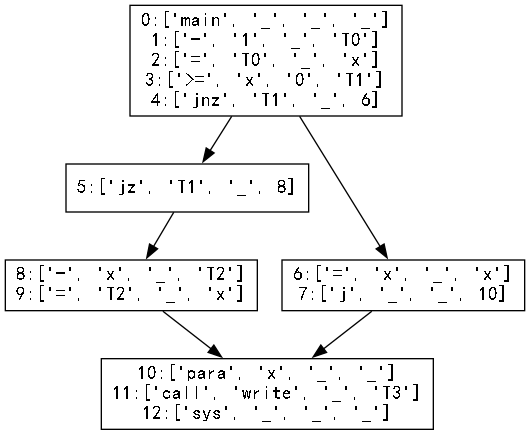
Above: Basic_Block/basic_block.gv.png in hutao99/compiler (Graphviz), before the change. Its source is kept beside it as Basic_Block/basic_block.gv.
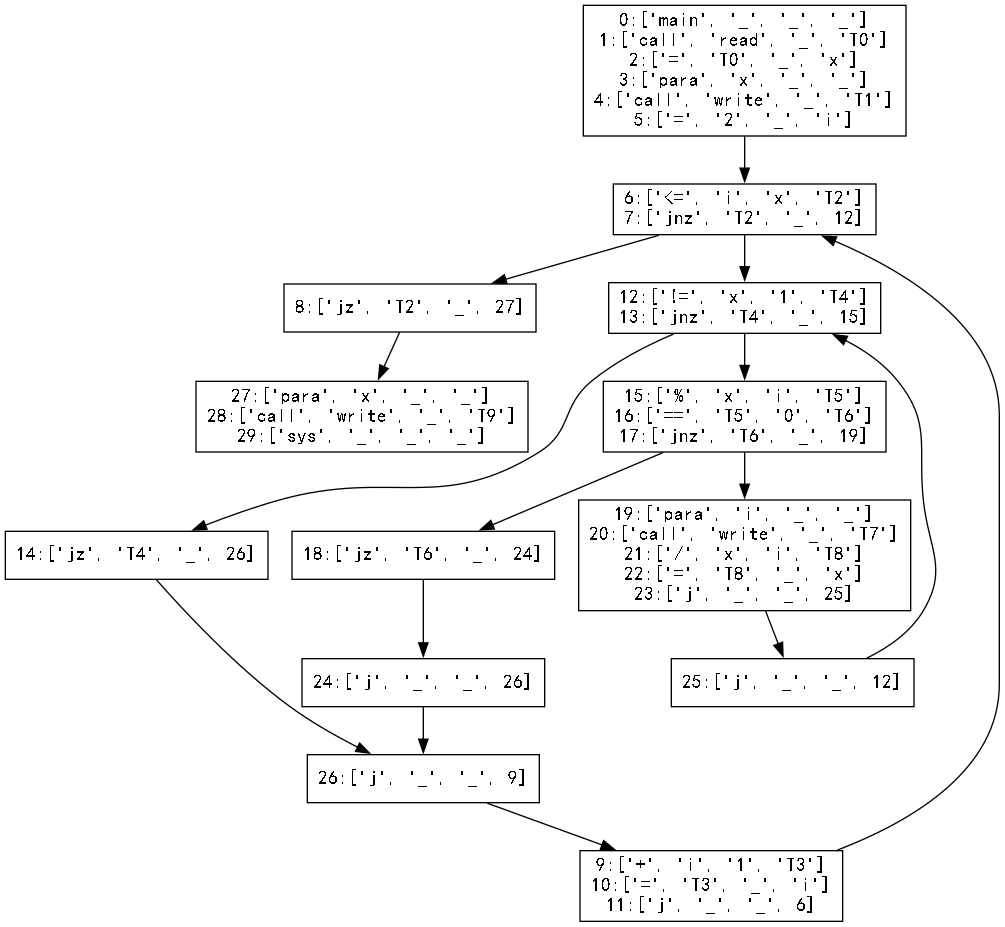
The same diagram one commit later.

Diff of the diagram source:
```diff
@@ -1,40 +1,60 @@
 digraph "./Basic_Block/basic_block" {
 	0 [label="0:['main', '_', '_', '_']
-1:['=', '1', '_', 'a']
-2:['=', '0', '_', 'b']
-3:['call', 'read', '_', 'T0']
-4:['=', 'T0', '_', 'y']
-5:['%', 'y', '4', 'T1']
-6:['j==', 'T1', '0', 8]
+1:['call', 'read', '_', 'T0']
+2:['=', 'T0', '_', 'x']
+3:['para', 'x', '_', '_']
+4:['call', 'write', '_', 'T1']
+5:['=', '2', '_', 'i']
 " fontname=SimHei shape=rectangle]
-	1 [label="7:['j', '_', '_', 10]
+	1 [label="6:['<=', 'i', 'x', 'T2']
+7:['jnz', 'T2', '_', 12]
 " fontname=SimHei shape=rectangle]
-	2 [label="8:['%', 'y', '100', 'T2']
-9:['j!=', 'T2', '0', 13]
+	2 [label="8:['jz', 'T2', '_', 27]
 " fontname=SimHei shape=rectangle]
-	3 [label="10:['%', 'y', '400', 'T3']
-11:['j==', 'T3', '0', 13]
+	3 [label="9:['+', 'i', '1', 'T3']
+10:['=', 'T3', '_', 'i']
+11:['j', '_', '_', 6]
 " fontname=SimHei shape=rectangle]
-	4 [label="12:['j', '_', '_', 16]
+	4 [label="12:['!=', 'x', '1', 'T4']
+13:['jnz', 'T4', '_', 15]
 " fontname=SimHei shape=rectangle]
-	5 [label="13:['para', 'a', '_', '_']
-14:['call', 'write', '_', '_']
-15:['j', '_', '_', 18]
+	5 [label="14:['jz', 'T4', '_', 26]
 " fontname=SimHei shape=rectangle]
-	6 [label="16:['para', 'b', '_', '_']
-17:['call', 'write', '_', '_']
+	6 [label="15:['%', 'x', 'i', 'T5']
+16:['==', 'T5', '0', 'T6']
+17:['jnz', 'T6', '_', 19]
 " fontname=SimHei shape=rectangle]
-	7 [label="18:['ret', '0', '_', '_']
-19:['sys', '_', '_', '_']
+	7 [label="18:['jz', 'T6', '_', 24]
 " fontname=SimHei shape=rectangle]
-	0 -> 2
+	8 [label="19:['para', 'i', '_', '_']
+20:['call', 'write', '_', 'T7']
+21:['/', 'x', 'i', 'T8']
+22:['=', 'T8', '_', 'x']
+23:['j', '_', '_', 25]
+" fontname=SimHei shape=rectangle]
+	9 [label="24:['j', '_', '_', 26]
+" fontname=SimHei shape=rectangle]
+	10 [label="25:['j', '_', '_', 12]
+" fontname=SimHei shape=rectangle]
+	11 [label="26:['j', '_', '_', 9]
+" fontname=SimHei shape=rectangle]
+	12 [label="27:['para', 'x', '_', '_']
+28:['call', 'write', '_', 'T9']
+29:['sys', '_', '_', '_']
+" fontname=SimHei shape=rectangle]
 	0 -> 1
-	1 -> 3
-	2 -> 5
-	2 -> 3
-	3 -> 5
-	3 -> 4
+	1 -> 4
+	1 -> 2
+	2 -> 12
+	3 -> 1
 	4 -> 6
-	5 -> 7
+	4 -> 5
+	5 -> 11
+	6 -> 8
 	6 -> 7
+	7 -> 9
+	8 -> 10
+	9 -> 11
+	10 -> 4
+	11 -> 3
 }
```
